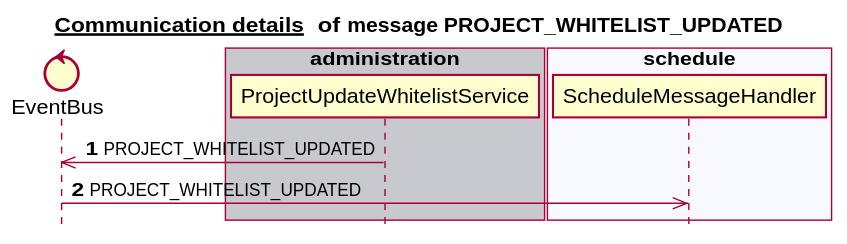
mercedes-benz/sechub keeps this PlantUML diagram as docs/latest/images/gen_domain_messaging_project_whitelist_updated.svg. Above is the earlier version.
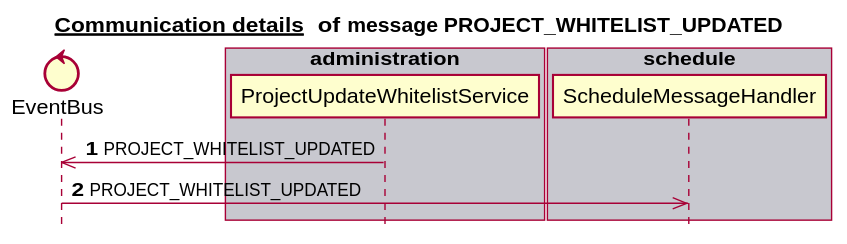
The same diagram one commit later.

Change to the diagram source:
```diff
@@ -6,17 +6,17 @@
 
 
 control EventBus
+box "scan" #C8C8CF
+end box
+box "authorization" #F8F8FF
+end box
 box "administration" #C8C8CF
    participant ProjectUpdateWhitelistService
 end box
-box "schedule" #F8F8FF
+box "notification" #F8F8FF
+end box
+box "schedule" #C8C8CF
    participant ScheduleMessageHandler
-end box
-box "authorization" #C8C8CF
-end box
-box "scan" #F8F8FF
-end box
-box "notification" #C8C8CF
 end box
 autonumber 1
 ProjectUpdateWhitelistService ->> EventBus:PROJECT_WHITELIST_UPDATED
```
